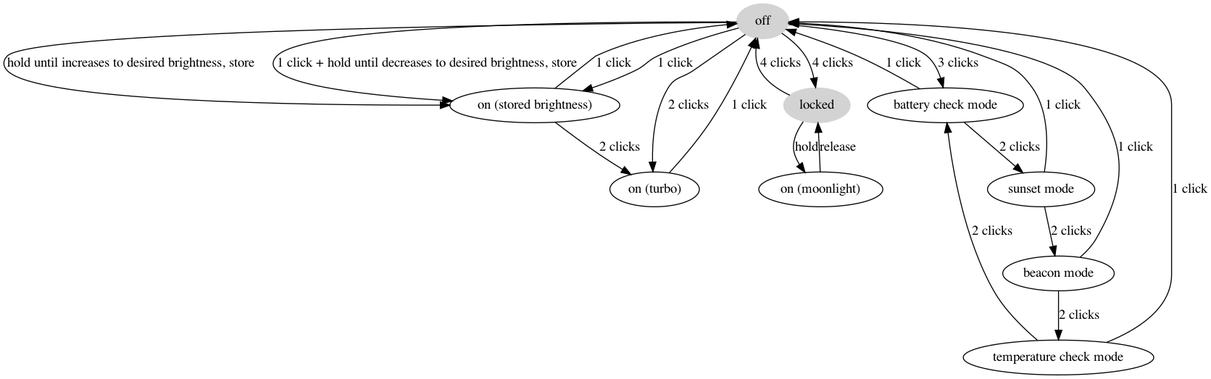
Above: ui.png in mmb/anduril-ui-diagram (Graphviz), before the change. Its source is kept beside it as ui.dot.
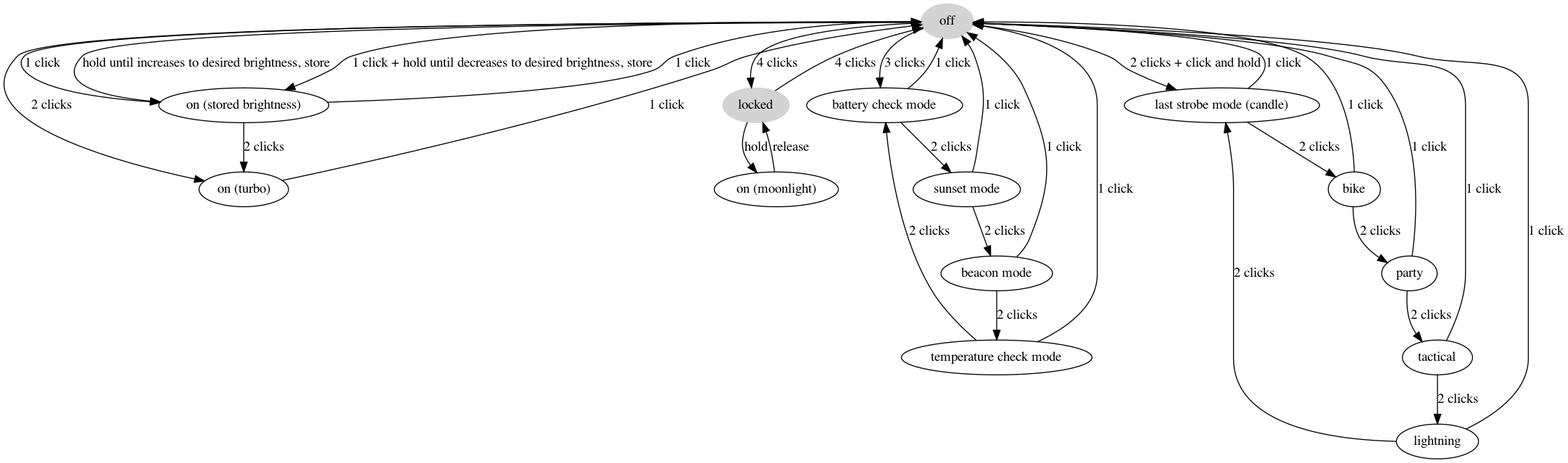
Above is the later version.

Commit message:
Add strobe modes

Diff of the diagram source:
```diff
@@ -6,6 +6,7 @@
   off -> "on (stored brightness)"[label="1 click + hold until decreases to desired brightness, store"];
   off -> locked[label="4 clicks"];
   off -> "battery check mode"[label="3 clicks"];
+  off -> "last strobe mode (candle)"[label="2 clicks + click and hold"];
 
   locked[style="filled",color="lightgrey"]
   locked -> off[label="4 clicks"];
@@ -27,4 +28,19 @@
 
   "temperature check mode" -> "battery check mode"[label="2 clicks"]
   "temperature check mode" -> off[label="1 click"]
+
+  "last strobe mode (candle)" -> bike[label="2 clicks"]
+  "last strobe mode (candle)" -> off[label="1 click"]
+
+  bike -> party[label="2 clicks"]
+  bike -> off[label="1 click"]
+
+  party -> tactical[label="2 clicks"]
+  party -> off[label="1 click"]
+
+  tactical -> lightning[label="2 clicks"]
+  tactical -> off[label="1 click"]
+
+  lightning -> "last strobe mode (candle)"[label="2 clicks"]
+  lightning -> off[label="1 click"]
 }
```
